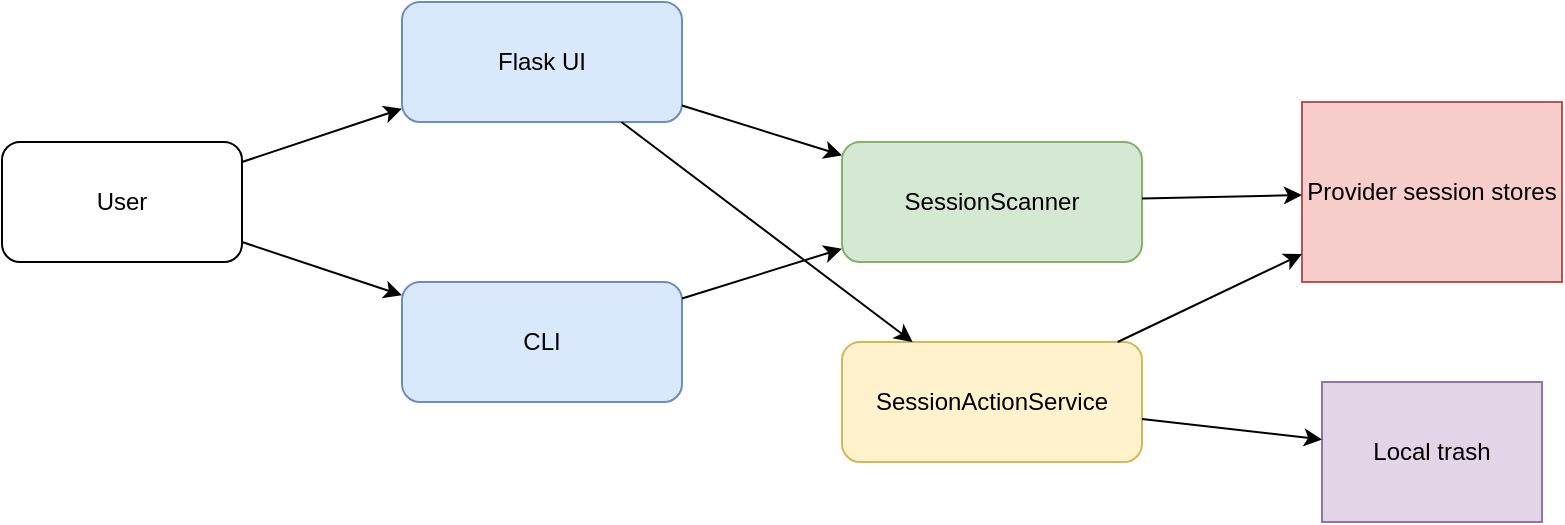
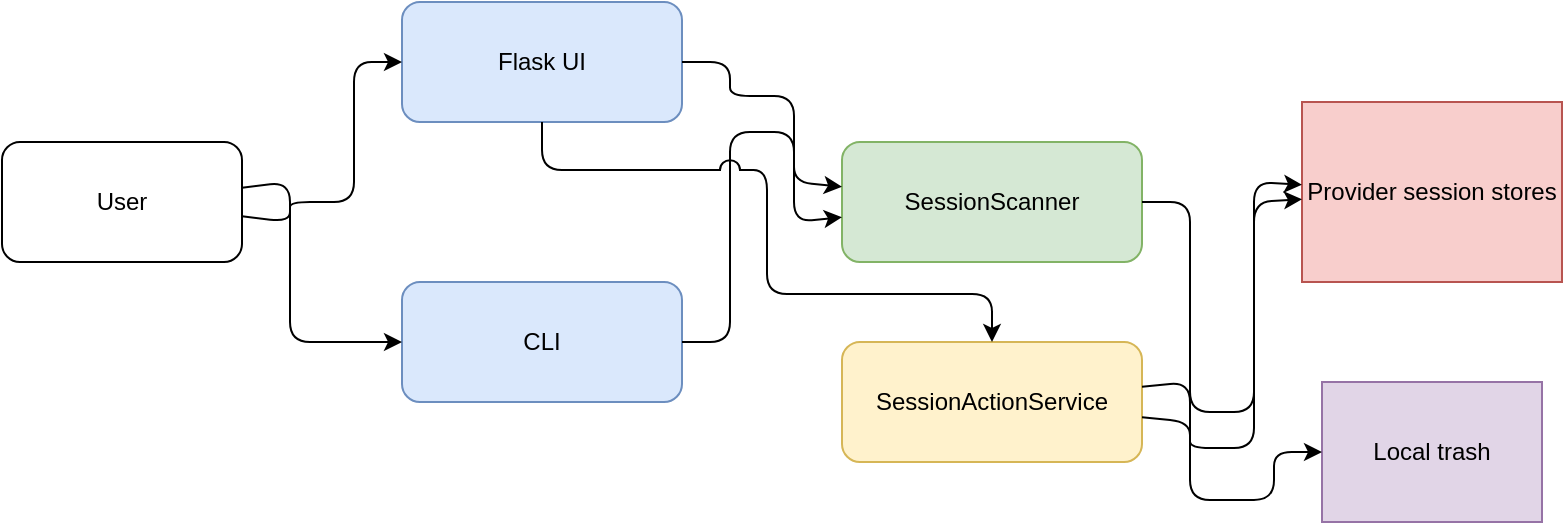
+ <?xml version='1.0' encoding='utf-8'?>
<mxfile host="app.diagrams.net">
  <diagram id="session-control" name="session-control">
    <mxGraphModel dx="900" dy="600" grid="1" gridSize="10" guides="1" tooltips="1" connect="1" arrows="1" fold="1" page="1" pageScale="1" pageWidth="850" pageHeight="1100" math="0" shadow="0">
      <root>
-         <mxCell id="0"/>
-         <mxCell id="1" parent="0"/>
+         <mxCell id="0" />
+         <mxCell id="1" parent="0" />
        <mxCell id="user" value="User" style="rounded=1;whiteSpace=wrap;html=1;" vertex="1" parent="1">
-           <mxGeometry x="40" y="160" width="120" height="60" as="geometry"/>
+           <mxGeometry x="40" y="160" width="120" height="60" as="geometry" />
        </mxCell>
        <mxCell id="web" value="Flask UI" style="rounded=1;whiteSpace=wrap;html=1;fillColor=#dae8fc;strokeColor=#6c8ebf;" vertex="1" parent="1">
-           <mxGeometry x="240" y="90" width="140" height="60" as="geometry"/>
+           <mxGeometry x="240" y="90" width="140" height="60" as="geometry" />
        </mxCell>
        <mxCell id="cli" value="CLI" style="rounded=1;whiteSpace=wrap;html=1;fillColor=#dae8fc;strokeColor=#6c8ebf;" vertex="1" parent="1">
-           <mxGeometry x="240" y="230" width="140" height="60" as="geometry"/>
+           <mxGeometry x="240" y="230" width="140" height="60" as="geometry" />
        </mxCell>
        <mxCell id="scanner" value="SessionScanner" style="rounded=1;whiteSpace=wrap;html=1;fillColor=#d5e8d4;strokeColor=#82b366;" vertex="1" parent="1">
-           <mxGeometry x="460" y="160" width="150" height="60" as="geometry"/>
+           <mxGeometry x="460" y="160" width="150" height="60" as="geometry" />
        </mxCell>
        <mxCell id="actions" value="SessionActionService" style="rounded=1;whiteSpace=wrap;html=1;fillColor=#fff2cc;strokeColor=#d6b656;" vertex="1" parent="1">
-           <mxGeometry x="460" y="260" width="150" height="60" as="geometry"/>
+           <mxGeometry x="460" y="260" width="150" height="60" as="geometry" />
        </mxCell>
        <mxCell id="stores" value="Provider session stores" style="shape=cylinder3d;whiteSpace=wrap;html=1;boundedLbl=1;backgroundOutline=1;size=15;fillColor=#f8cecc;strokeColor=#b85450;" vertex="1" parent="1">
-           <mxGeometry x="690" y="140" width="130" height="90" as="geometry"/>
+           <mxGeometry x="690" y="140" width="130" height="90" as="geometry" />
        </mxCell>
        <mxCell id="trash" value="Local trash" style="shape=cylinder3d;whiteSpace=wrap;html=1;boundedLbl=1;backgroundOutline=1;size=15;fillColor=#e1d5e7;strokeColor=#9673a6;" vertex="1" parent="1">
-           <mxGeometry x="700" y="280" width="110" height="70" as="geometry"/>
+           <mxGeometry x="700" y="280" width="110" height="70" as="geometry" />
        </mxCell>
-         <mxCell id="e1" edge="1" parent="1" source="user" target="web">
-           <mxGeometry relative="1" as="geometry"/>
+         <mxCell id="e1" edge="1" parent="1" source="user" target="web" style="jumpStyle=arc;jumpSize=10;">
+           <mxGeometry relative="1" as="geometry" archilityManagedRoute="1">
+             <Array as="points">
+               <mxPoint x="184" y="200" />
+               <mxPoint x="184" y="190" />
+               <mxPoint x="216" y="190" />
+               <mxPoint x="216" y="120" />
+             </Array>
+           </mxGeometry>
        </mxCell>
-         <mxCell id="e2" edge="1" parent="1" source="user" target="cli">
-           <mxGeometry relative="1" as="geometry"/>
+         <mxCell id="e2" edge="1" parent="1" source="user" target="cli" style="jumpStyle=arc;jumpSize=10;">
+           <mxGeometry relative="1" as="geometry" archilityManagedRoute="1">
+             <Array as="points">
+               <mxPoint x="184" y="180" />
+               <mxPoint x="184" y="260" />
+               <mxPoint x="216" y="260" />
+             </Array>
+           </mxGeometry>
        </mxCell>
-         <mxCell id="e3" edge="1" parent="1" source="web" target="scanner">
-           <mxGeometry relative="1" as="geometry"/>
+         <mxCell id="e3" edge="1" parent="1" source="web" target="scanner" style="jumpStyle=arc;jumpSize=10;">
+           <mxGeometry relative="1" as="geometry" archilityManagedRoute="1">
+             <Array as="points">
+               <mxPoint x="404" y="120" />
+               <mxPoint x="404" y="137" />
+               <mxPoint x="436" y="137" />
+               <mxPoint x="436" y="200" />
+             </Array>
+           </mxGeometry>
        </mxCell>
-         <mxCell id="e4" edge="1" parent="1" source="cli" target="scanner">
-           <mxGeometry relative="1" as="geometry"/>
+         <mxCell id="e4" edge="1" parent="1" source="cli" target="scanner" style="jumpStyle=arc;jumpSize=10;">
+           <mxGeometry relative="1" as="geometry" archilityManagedRoute="1">
+             <Array as="points">
+               <mxPoint x="404" y="260" />
+               <mxPoint x="404" y="155" />
+               <mxPoint x="436" y="155" />
+               <mxPoint x="436" y="180" />
+             </Array>
+           </mxGeometry>
        </mxCell>
-         <mxCell id="e5" edge="1" parent="1" source="web" target="actions">
-           <mxGeometry relative="1" as="geometry"/>
+         <mxCell id="e5" edge="1" parent="1" source="web" target="actions" style="jumpStyle=arc;jumpSize=10;">
+           <mxGeometry relative="1" as="geometry" archilityManagedRoute="1">
+             <Array as="points">
+               <mxPoint x="310" y="174" />
+               <mxPoint x="422.5" y="174" />
+               <mxPoint x="422.5" y="236" />
+               <mxPoint x="535" y="236" />
+             </Array>
+           </mxGeometry>
        </mxCell>
-         <mxCell id="e6" edge="1" parent="1" source="scanner" target="stores">
-           <mxGeometry relative="1" as="geometry"/>
+         <mxCell id="e6" edge="1" parent="1" source="scanner" target="stores" style="jumpStyle=arc;jumpSize=10;">
+           <mxGeometry relative="1" as="geometry" archilityManagedRoute="1">
+             <Array as="points">
+               <mxPoint x="634" y="190" />
+               <mxPoint x="634" y="295" />
+               <mxPoint x="666" y="295" />
+               <mxPoint x="666" y="180" />
+             </Array>
+           </mxGeometry>
        </mxCell>
-         <mxCell id="e7" edge="1" parent="1" source="actions" target="stores">
-           <mxGeometry relative="1" as="geometry"/>
+         <mxCell id="e7" edge="1" parent="1" source="actions" target="stores" style="jumpStyle=arc;jumpSize=10;">
+           <mxGeometry relative="1" as="geometry" archilityManagedRoute="1">
+             <Array as="points">
+               <mxPoint x="634" y="300" />
+               <mxPoint x="634" y="313" />
+               <mxPoint x="666" y="313" />
+               <mxPoint x="666" y="190" />
+             </Array>
+           </mxGeometry>
        </mxCell>
-         <mxCell id="e8" edge="1" parent="1" source="actions" target="trash">
-           <mxGeometry relative="1" as="geometry"/>
+         <mxCell id="e8" edge="1" parent="1" source="actions" target="trash" style="jumpStyle=arc;jumpSize=10;">
+           <mxGeometry relative="1" as="geometry" archilityManagedRoute="1">
+             <Array as="points">
+               <mxPoint x="634" y="280" />
+               <mxPoint x="634" y="339" />
+               <mxPoint x="676" y="339" />
+               <mxPoint x="676" y="315" />
+             </Array>
+           </mxGeometry>
        </mxCell>
      </root>
    </mxGraphModel>
  </diagram>
</mxfile>
